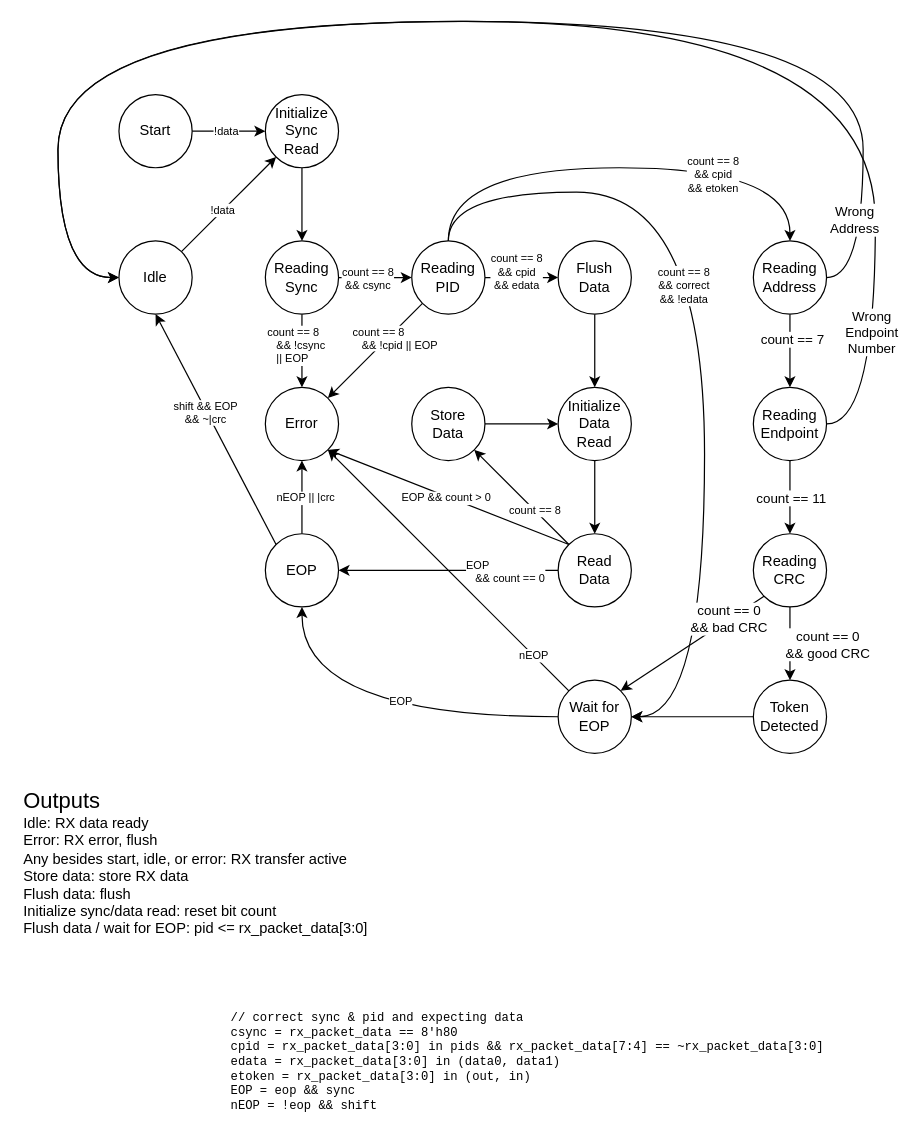
Before: page "FSM" (2 of 6) of planning/diagrams/usb-rx.drawio in bryceberger/337-project, a draw.io diagram. Source tidied: cells renumbered, new cells numbered last; positions are measured from the earlier drawing's top-left corner, leaving out a move shared by most shapes. Both pictures are drawn from the tidied source at 122%, with x=0, y=0 at pixel (21, 21).
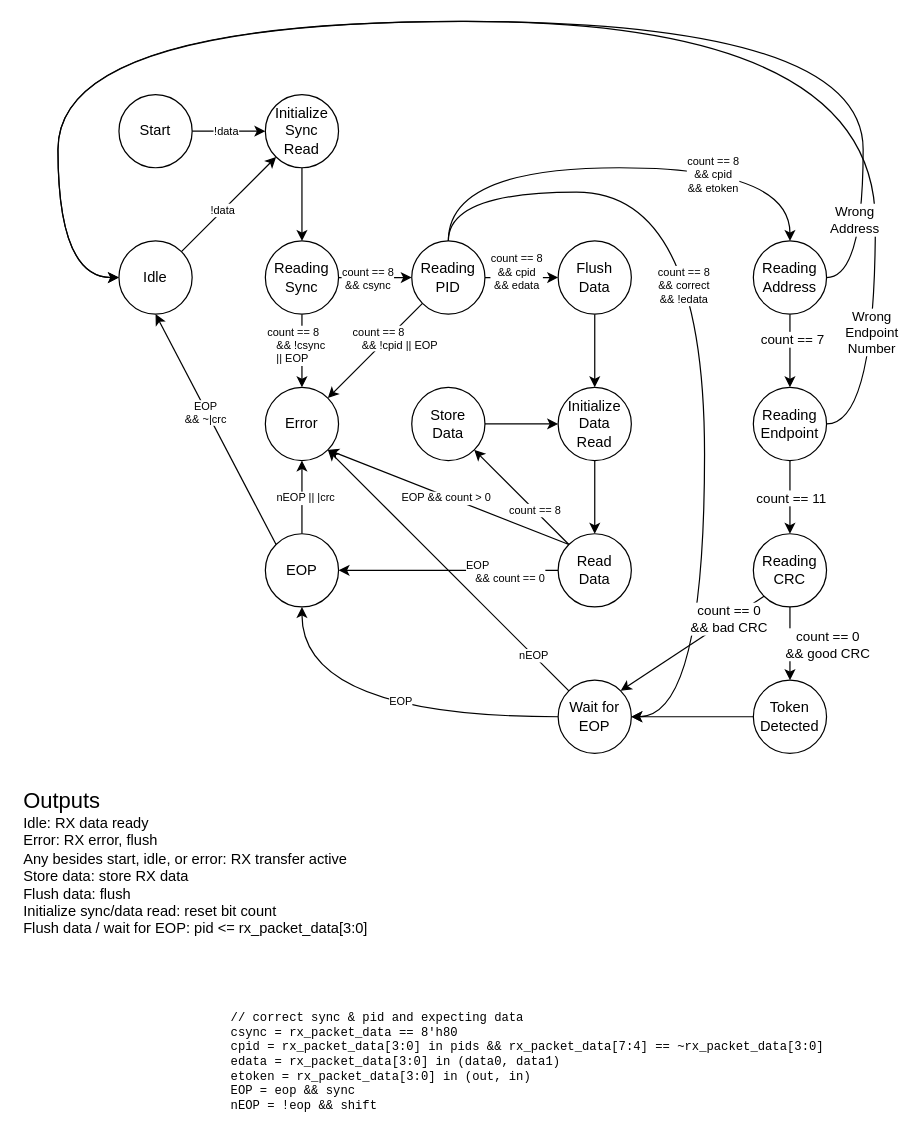
The same page after the edit.

Unchanged cells that the change refers to:
```xml
<mxCell id="22" style="edgeStyle=none;rounded=0;jettySize=auto;html=1;exitX=0;exitY=0;exitDx=0;exitDy=0;entryX=0.5;entryY=1;entryDx=0;entryDy=0;" parent="1" edge="1" source="26" target="6">
  <mxGeometry relative="1" as="geometry" />
</mxCell>
```

The edit, as a diff of the source:
```diff
@@
-    <mxCell id="23" value="shift &amp;amp;&amp;amp; EOP&lt;br&gt;&amp;amp;&amp;amp; ~|crc" style="edgeLabel;html=1;align=center;verticalAlign=middle;fontSize=9;" parent="22" vertex="1">
+    <mxCell id="23" value="EOP&lt;br&gt;&amp;amp;&amp;amp; ~|crc" style="edgeLabel;html=1;align=center;verticalAlign=middle;fontSize=9;" parent="22" vertex="1">
       <mxGeometry x="0.15" y="1" relative="1" as="geometry" />
     </mxCell>
```
